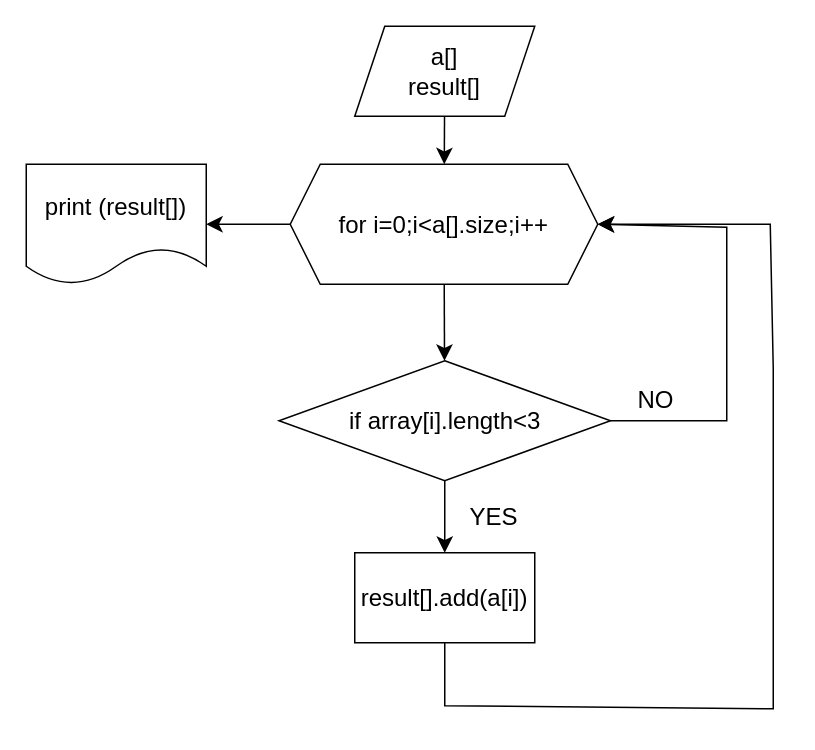
Earlier version of the draw.io diagram Algorithm.drawio (cybittheir/GB_Basic_final). Source tidied: cells renumbered, new cells numbered last; positions are measured from the earlier drawing's top-left corner, leaving out a move shared by most shapes. Both pictures are drawn from the tidied source at 150%, with x=0, y=0 at pixel (26, 26).
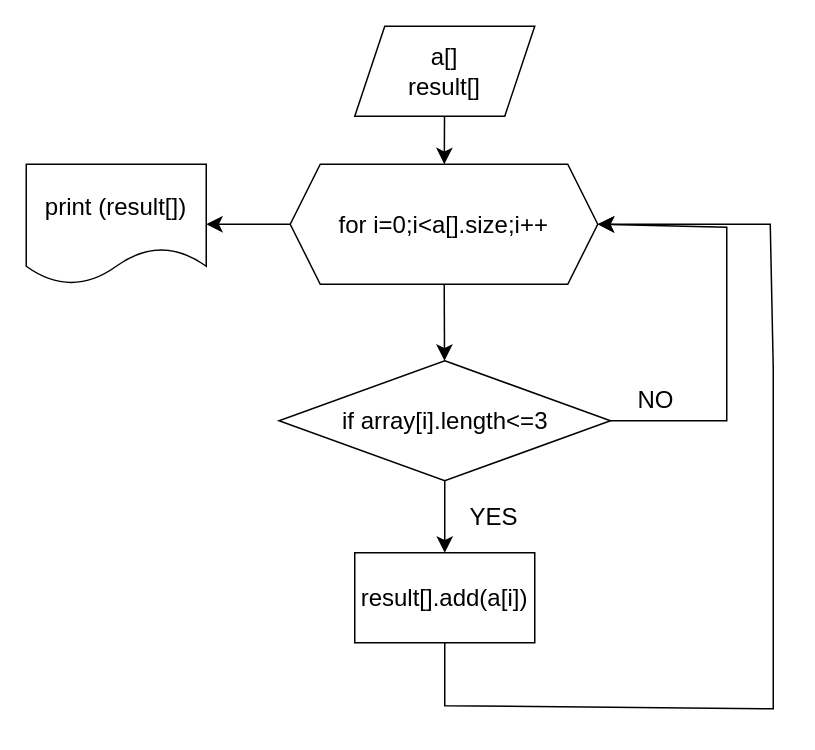
Above is the later version.

Diff of the diagram source:
```diff
@@
 <mxGraphModel>
   <root>
     <mxCell id="0" />
     <mxCell id="1" parent="0" />
     <mxCell id="2" style="edgeStyle=none;curved=1;rounded=0;jettySize=auto;html=1;fontSize=12;startSize=8;endSize=8;" parent="1" edge="1" source="3" target="8">
       <mxGeometry relative="1" as="geometry" />
     </mxCell>
     <mxCell id="3" value="a[]&lt;br&gt;result[]" style="shape=parallelogram;perimeter=parallelogramPerimeter;whiteSpace=wrap;html=1;fixedSize=1;fontSize=16;" parent="1" vertex="1">
       <mxGeometry x="219" width="120" height="60" as="geometry" />
     </mxCell>
     <mxCell id="4" style="edgeStyle=none;curved=1;rounded=0;jettySize=auto;html=1;fontSize=12;startSize=8;endSize=8;" parent="1" edge="1" source="5" target="10">
       <mxGeometry relative="1" as="geometry" />
     </mxCell>
-    <mxCell id="5" value="if array[i].length&amp;lt;3" style="rhombus;whiteSpace=wrap;html=1;fontSize=16;" parent="1" vertex="1">
+    <mxCell id="5" value="if array[i].length&amp;lt;=3" style="rhombus;whiteSpace=wrap;html=1;fontSize=16;" parent="1" vertex="1">
       <mxGeometry x="168.5" y="223" width="221" height="80" as="geometry" />
     </mxCell>
     <mxCell id="6" style="edgeStyle=none;curved=1;rounded=0;jettySize=auto;html=1;fontSize=12;startSize=8;endSize=8;" parent="1" edge="1" source="8" target="5">
       <mxGeometry relative="1" as="geometry" />
     </mxCell>
     <mxCell id="7" style="edgeStyle=none;curved=1;rounded=0;jettySize=auto;html=1;fontSize=12;startSize=8;endSize=8;" parent="1" edge="1" source="8" target="12">
       <mxGeometry relative="1" as="geometry" />
     </mxCell>
     <mxCell id="8" value="for i=0;i&amp;lt;a[].size;i++" style="shape=hexagon;perimeter=hexagonPerimeter2;whiteSpace=wrap;html=1;fixedSize=1;fontSize=16;" parent="1" vertex="1">
       <mxGeometry x="176" y="92" width="205" height="80" as="geometry" />
     </mxCell>
     <mxCell id="9" style="edgeStyle=none;rounded=0;jettySize=auto;html=1;fontSize=12;startSize=8;endSize=8;exitX=0.5;exitY=1;exitDx=0;exitDy=0;entryX=1;entryY=0.5;entryDx=0;entryDy=0;" parent="1" edge="1" source="10" target="8">
       <mxGeometry relative="1" as="geometry">
         <Array as="points">
           <mxPoint x="279" y="453" />
           <mxPoint x="498" y="455" />
           <mxPoint x="498" y="228" />
           <mxPoint x="496" y="132" />
         </Array>
       </mxGeometry>
     </mxCell>
     <mxCell id="10" value="result[].add(a[i])" style="rounded=0;whiteSpace=wrap;html=1;fontSize=16;" parent="1" vertex="1">
       <mxGeometry x="219" y="351" width="120" height="60" as="geometry" />
     </mxCell>
     <mxCell id="11" style="edgeStyle=none;rounded=0;jettySize=auto;html=1;fontSize=12;startSize=8;endSize=8;exitX=1;exitY=0.5;exitDx=0;exitDy=0;entryX=1;entryY=0.5;entryDx=0;entryDy=0;" parent="1" edge="1" source="5" target="8">
       <mxGeometry relative="1" as="geometry">
         <Array as="points">
           <mxPoint x="467" y="263" />
           <mxPoint x="467" y="134" />
         </Array>
       </mxGeometry>
     </mxCell>
     <mxCell id="12" value="print (result[])" style="shape=document;whiteSpace=wrap;html=1;boundedLbl=1;fontSize=16;" parent="1" vertex="1">
       <mxGeometry y="92" width="120" height="80" as="geometry" />
     </mxCell>
     <mxCell id="13" value="NO" style="text;strokeColor=none;fillColor=none;html=1;align=center;verticalAlign=middle;whiteSpace=wrap;rounded=0;fontSize=16;" parent="1" vertex="1">
       <mxGeometry x="389.5" y="234" width="60" height="30" as="geometry" />
     </mxCell>
     <mxCell id="14" value="YES" style="text;strokeColor=none;fillColor=none;html=1;align=center;verticalAlign=middle;whiteSpace=wrap;rounded=0;fontSize=16;" parent="1" vertex="1">
       <mxGeometry x="282" y="312" width="60" height="30" as="geometry" />
     </mxCell>
   </root>
 </mxGraphModel>
```
